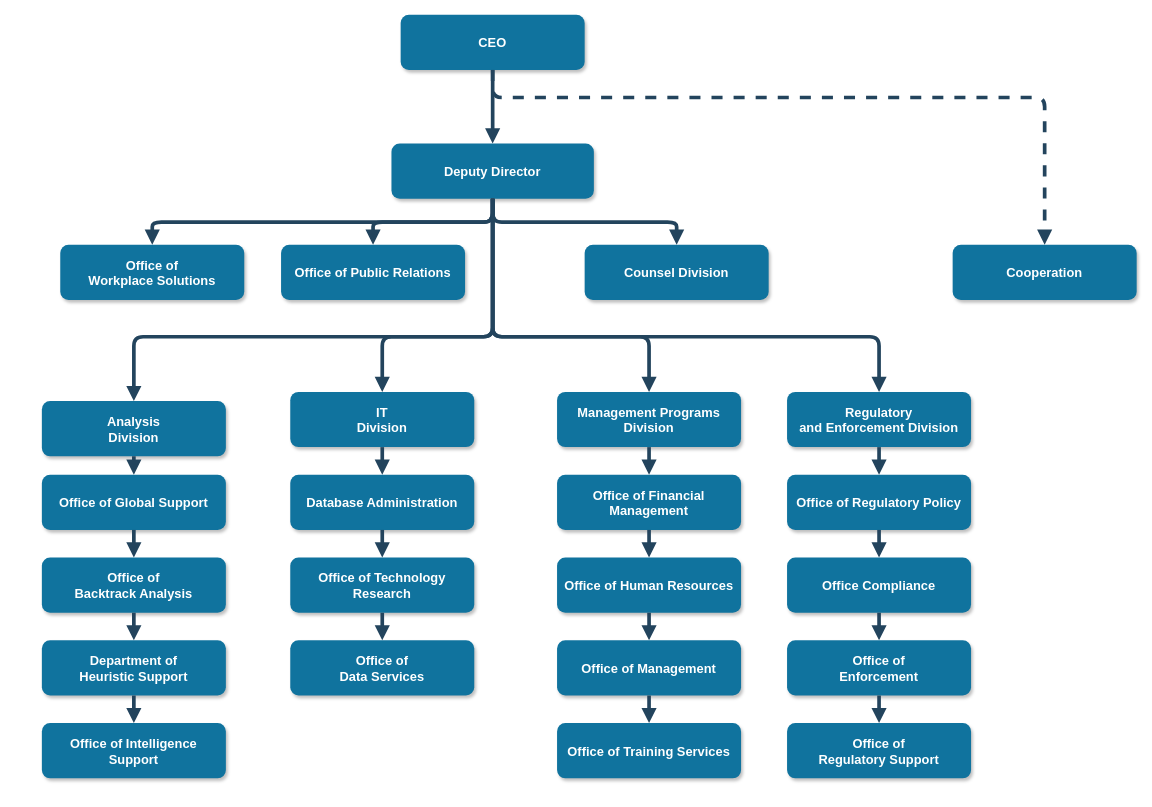
Above: file/Untitled Diagram.drawio in WSG88/oa (draw.io), before the change. Source tidied: cells renumbered, new cells numbered last; positions are measured from the earlier drawing's top-left corner, leaving out a move shared by most shapes. Both pictures are drawn from the tidied source at 92%, with x=0, y=0 at pixel (41, 15).
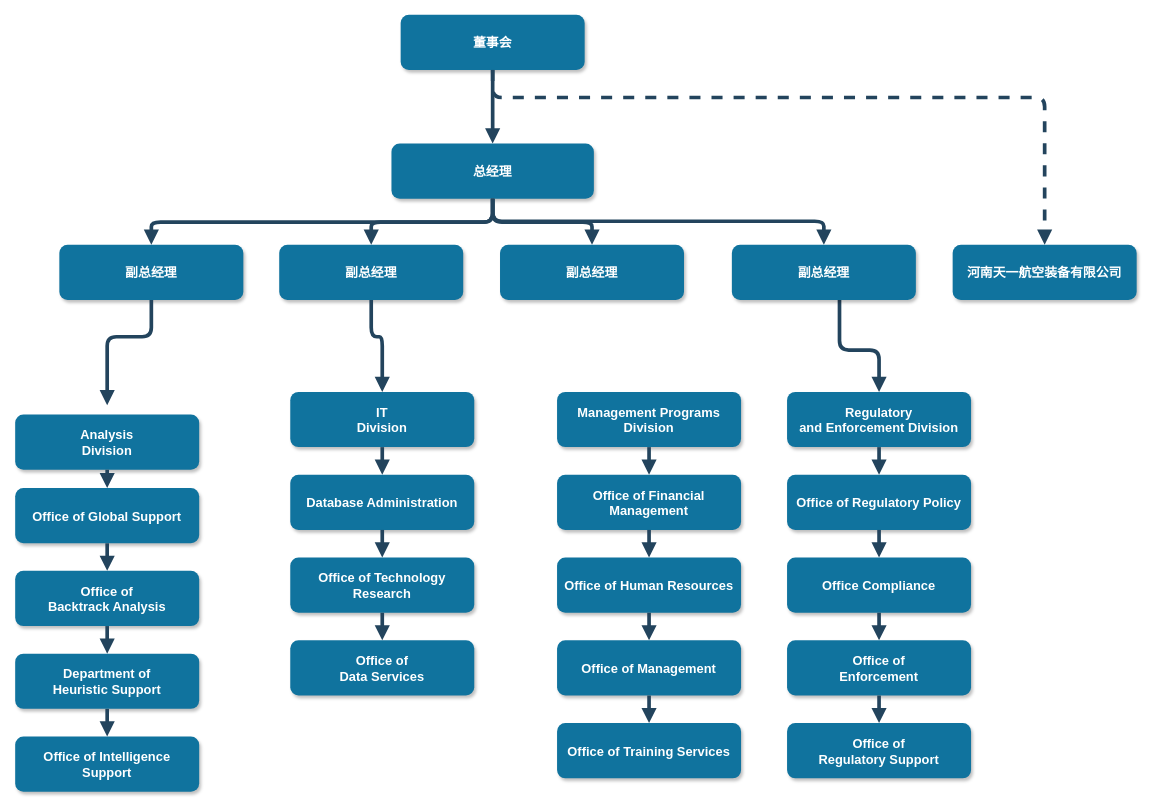
The same diagram, later.

The change refers to these unchanged cells:
```xml
<mxCell id="13" value="IT&#10;Division" style="rounded=1;fillColor=#10739E;strokeColor=none;shadow=1;gradientColor=none;fontStyle=1;fontColor=#FFFFFF;fontSize=14;" parent="1" vertex="1">
  <mxGeometry x="270" y="409.5" width="200" height="60" as="geometry" />
</mxCell>
<mxCell id="17" value="Management Programs &#10;Division" style="rounded=1;fillColor=#10739E;strokeColor=none;shadow=1;gradientColor=none;fontStyle=1;fontColor=#FFFFFF;fontSize=14;" parent="1" vertex="1">
  <mxGeometry x="560" y="409.5" width="200" height="60" as="geometry" />
</mxCell>
<mxCell id="22" value="Regulatory &#10;and Enforcement Division" style="rounded=1;fillColor=#10739E;strokeColor=none;shadow=1;gradientColor=none;fontStyle=1;fontColor=#FFFFFF;fontSize=14;" parent="1" vertex="1">
  <mxGeometry x="810" y="409.5" width="200" height="60" as="geometry" />
</mxCell>
```

Change to the diagram source:
```diff
@@
-    <mxCell id="2" value="CEO" style="rounded=1;fillColor=#10739E;strokeColor=none;shadow=1;gradientColor=none;fontStyle=1;fontColor=#FFFFFF;fontSize=14;" parent="1" vertex="1">
+    <mxCell id="2" value="董事会" style="rounded=1;fillColor=#10739E;strokeColor=none;shadow=1;gradientColor=none;fontStyle=1;fontColor=#FFFFFF;fontSize=14;" parent="1" vertex="1">
       <mxGeometry x="390" y="-0.5" width="200" height="60" as="geometry" />
     </mxCell>
-    <mxCell id="3" value="Deputy Director" style="rounded=1;fillColor=#10739E;strokeColor=none;shadow=1;gradientColor=none;fontStyle=1;fontColor=#FFFFFF;fontSize=14;" parent="1" vertex="1">
+    <mxCell id="3" value="总经理" style="rounded=1;fillColor=#10739E;strokeColor=none;shadow=1;gradientColor=none;fontStyle=1;fontColor=#FFFFFF;fontSize=14;" parent="1" vertex="1">
       <mxGeometry x="380" y="139.5" width="220" height="60" as="geometry" />
     </mxCell>
-    <mxCell id="4" value="Office of &#10;Workplace Solutions" style="rounded=1;fillColor=#10739E;strokeColor=none;shadow=1;gradientColor=none;fontStyle=1;fontColor=#FFFFFF;fontSize=14;" parent="1" vertex="1">
-      <mxGeometry x="20" y="249.5" width="200" height="60" as="geometry" />
+    <mxCell id="4" value="副总经理" style="rounded=1;fillColor=#10739E;strokeColor=none;shadow=1;gradientColor=none;fontStyle=1;fontColor=#FFFFFF;fontSize=14;" parent="1" vertex="1">
+      <mxGeometry x="19" y="249.5" width="200" height="60" as="geometry" />
     </mxCell>
-    <mxCell id="5" value="Office of Public Relations" style="rounded=1;fillColor=#10739E;strokeColor=none;shadow=1;gradientColor=none;fontStyle=1;fontColor=#FFFFFF;fontSize=14;" parent="1" vertex="1">
-      <mxGeometry x="260" y="249.5" width="200" height="60" as="geometry" />
+    <mxCell id="5" value="副总经理" style="rounded=1;fillColor=#10739E;strokeColor=none;shadow=1;gradientColor=none;fontStyle=1;fontColor=#FFFFFF;fontSize=14;" parent="1" vertex="1">
+      <mxGeometry x="258" y="249.5" width="200" height="60" as="geometry" />
     </mxCell>
-    <mxCell id="6" value="Counsel Division" style="rounded=1;fillColor=#10739E;strokeColor=none;shadow=1;gradientColor=none;fontStyle=1;fontColor=#FFFFFF;fontSize=14;" parent="1" vertex="1">
-      <mxGeometry x="590" y="249.5" width="200" height="60" as="geometry" />
+    <mxCell id="6" value="副总经理" style="rounded=1;fillColor=#10739E;strokeColor=none;shadow=1;gradientColor=none;fontStyle=1;fontColor=#FFFFFF;fontSize=14;" parent="1" vertex="1">
+      <mxGeometry x="498" y="249.5" width="200" height="60" as="geometry" />
     </mxCell>
-    <mxCell id="7" value="Cooperation" style="rounded=1;fillColor=#10739E;strokeColor=none;shadow=1;gradientColor=none;fontStyle=1;fontColor=#FFFFFF;fontSize=14;" parent="1" vertex="1">
+    <mxCell id="7" value="河南天一航空装备有限公司" style="rounded=1;fillColor=#10739E;strokeColor=none;shadow=1;gradientColor=none;fontStyle=1;fontColor=#FFFFFF;fontSize=14;" parent="1" vertex="1">
       <mxGeometry x="990" y="249.5" width="200" height="60" as="geometry" />
     </mxCell>
     <mxCell id="8" value="Analysis &#10;Division" style="rounded=1;fillColor=#10739E;strokeColor=none;shadow=1;gradientColor=none;fontStyle=1;fontColor=#FFFFFF;fontSize=14;" parent="1" vertex="1">
-      <mxGeometry y="419.5" width="200" height="60" as="geometry" />
+      <mxGeometry x="-29" y="434" width="200" height="60" as="geometry" />
     </mxCell>
     <mxCell id="9" value="Office of Global Support" style="rounded=1;fillColor=#10739E;strokeColor=none;shadow=1;gradientColor=none;fontStyle=1;fontColor=#FFFFFF;fontSize=14;" parent="1" vertex="1">
-      <mxGeometry y="499.5" width="200" height="60" as="geometry" />
+      <mxGeometry x="-29" y="514" width="200" height="60" as="geometry" />
     </mxCell>
     <mxCell id="10" value="Office of &#10;Backtrack Analysis" style="rounded=1;fillColor=#10739E;strokeColor=none;shadow=1;gradientColor=none;fontStyle=1;fontColor=#FFFFFF;fontSize=14;" parent="1" vertex="1">
-      <mxGeometry y="589.5" width="200" height="60" as="geometry" />
+      <mxGeometry x="-29" y="604" width="200" height="60" as="geometry" />
     </mxCell>
     <mxCell id="11" value="Department of &#10;Heuristic Support" style="rounded=1;fillColor=#10739E;strokeColor=none;shadow=1;gradientColor=none;fontStyle=1;fontColor=#FFFFFF;fontSize=14;" parent="1" vertex="1">
-      <mxGeometry y="679.5" width="200" height="60" as="geometry" />
+      <mxGeometry x="-29" y="694" width="200" height="60" as="geometry" />
     </mxCell>
     <mxCell id="12" value="Office of Intelligence &#10;Support" style="rounded=1;fillColor=#10739E;strokeColor=none;shadow=1;gradientColor=none;fontStyle=1;fontColor=#FFFFFF;fontSize=14;" parent="1" vertex="1">
-      <mxGeometry y="769.5" width="200" height="60" as="geometry" />
+      <mxGeometry x="-29" y="784" width="200" height="60" as="geometry" />
     </mxCell>
@@
-    <mxCell id="32" style="edgeStyle=elbowEdgeStyle;elbow=vertical;strokeWidth=4;endArrow=block;endFill=1;fontStyle=1;strokeColor=#23445D;" parent="1" edge="1" source="3" target="8">
+    <mxCell id="32" style="edgeStyle=elbowEdgeStyle;elbow=vertical;strokeWidth=4;endArrow=block;endFill=1;fontStyle=1;strokeColor=#23445D;exitX=0.5;exitY=1;exitDx=0;exitDy=0;" parent="1" edge="1" source="4">
       <mxGeometry x="22" y="165.5" as="geometry">
+        <mxPoint x="71" y="424" as="targetPoint" />
         <Array as="points">
           <mxPoint x="270" y="349.5" />
         </Array>
       </mxGeometry>
     </mxCell>
-    <mxCell id="33" style="edgeStyle=elbowEdgeStyle;elbow=vertical;strokeWidth=4;endArrow=block;endFill=1;fontStyle=1;strokeColor=#23445D;" parent="1" edge="1" source="3" target="22">
+    <mxCell id="33" style="edgeStyle=elbowEdgeStyle;elbow=vertical;strokeWidth=4;endArrow=block;endFill=1;fontStyle=1;strokeColor=#23445D;entryX=0.5;entryY=0;entryDx=0;entryDy=0;exitX=0.585;exitY=0.992;exitDx=0;exitDy=0;exitPerimeter=0;" parent="1" edge="1" source="51" target="22">
       <mxGeometry x="22" y="165.5" as="geometry">
         <Array as="points">
-          <mxPoint x="690" y="349.5" />
+          <mxPoint x="858" y="364" />
         </Array>
       </mxGeometry>
     </mxCell>
     <mxCell id="34" style="edgeStyle=elbowEdgeStyle;elbow=vertical;strokeWidth=4;endArrow=block;endFill=1;fontStyle=1;strokeColor=#23445D;" parent="1" edge="1" source="8" target="9">
-      <mxGeometry x="62" y="165.5" as="geometry" />
+      <mxGeometry x="33" y="180" as="geometry" />
     </mxCell>
     <mxCell id="35" style="edgeStyle=elbowEdgeStyle;elbow=vertical;strokeWidth=4;endArrow=block;endFill=1;fontStyle=1;strokeColor=#23445D;" parent="1" edge="1" source="9" target="10">
-      <mxGeometry x="62" y="175.5" as="geometry" />
+      <mxGeometry x="33" y="190" as="geometry" />
     </mxCell>
     <mxCell id="36" style="edgeStyle=elbowEdgeStyle;elbow=vertical;strokeWidth=4;endArrow=block;endFill=1;fontStyle=1;strokeColor=#23445D;" parent="1" edge="1" source="10" target="11">
-      <mxGeometry x="62" y="185.5" as="geometry" />
+      <mxGeometry x="33" y="200" as="geometry" />
     </mxCell>
     <mxCell id="37" style="edgeStyle=elbowEdgeStyle;elbow=vertical;strokeWidth=4;endArrow=block;endFill=1;fontStyle=1;strokeColor=#23445D;" parent="1" edge="1" source="11" target="12">
-      <mxGeometry x="62" y="195.5" as="geometry" />
+      <mxGeometry x="33" y="210" as="geometry" />
     </mxCell>
@@
-    <mxCell id="49" style="edgeStyle=elbowEdgeStyle;elbow=vertical;strokeWidth=4;endArrow=block;endFill=1;fontStyle=1;strokeColor=#23445D;" parent="1" edge="1" source="3" target="13">
+    <mxCell id="49" style="edgeStyle=elbowEdgeStyle;elbow=vertical;strokeWidth=4;endArrow=block;endFill=1;fontStyle=1;strokeColor=#23445D;exitX=0.5;exitY=1;exitDx=0;exitDy=0;" parent="1" edge="1" source="5" target="13">
       <mxGeometry x="22" y="165.5" as="geometry">
         <Array as="points">
           <mxPoint x="370" y="349.5" />
         </Array>
       </mxGeometry>
     </mxCell>
-    <mxCell id="50" style="edgeStyle=elbowEdgeStyle;elbow=vertical;strokeWidth=4;endArrow=block;endFill=1;fontStyle=1;strokeColor=#23445D;" parent="1" edge="1" source="3" target="17">
+    <mxCell id="50" style="edgeStyle=elbowEdgeStyle;elbow=vertical;strokeWidth=4;endArrow=block;endFill=1;fontStyle=1;strokeColor=#23445D;" parent="1" edge="1" source="3" target="51">
       <mxGeometry x="22" y="165.5" as="geometry">
         <Array as="points">
+          <mxPoint x="648" y="224" />
+          <mxPoint x="828" y="234" />
+          <mxPoint x="818" y="254" />
           <mxPoint x="660" y="349.5" />
         </Array>
       </mxGeometry>
     </mxCell>
+    <mxCell id="51" value="副总经理" style="rounded=1;fillColor=#10739E;strokeColor=none;shadow=1;gradientColor=none;fontStyle=1;fontColor=#FFFFFF;fontSize=14;" parent="1" vertex="1">
+      <mxGeometry x="750" y="249.5" width="200" height="60" as="geometry" />
+    </mxCell>
```
